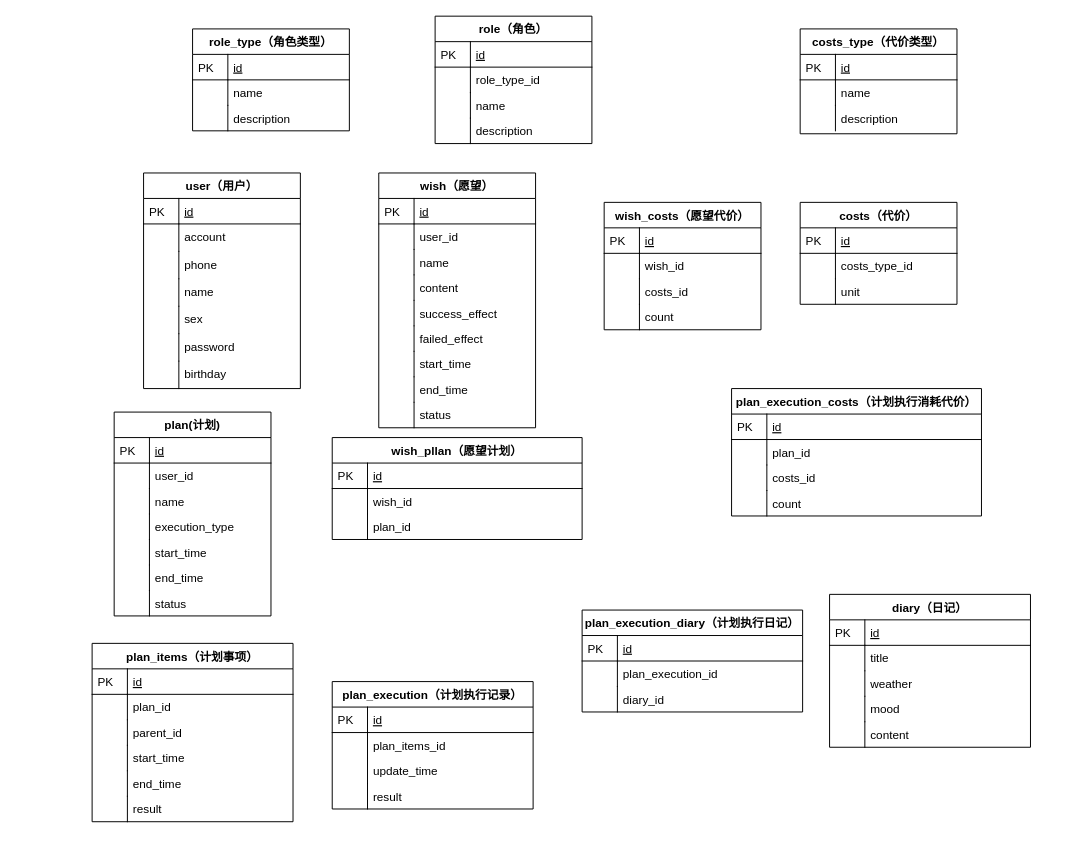
The draw.io diagram 人生管理系统.drawio in iceAcmen/myDesign, before the edit. Source tidied: cells renumbered, new cells numbered last; positions are measured from the earlier drawing's top-left corner, leaving out a move shared by most shapes. Both pictures are drawn from the tidied source at 98%, with x=0, y=0 at pixel (92, 16).
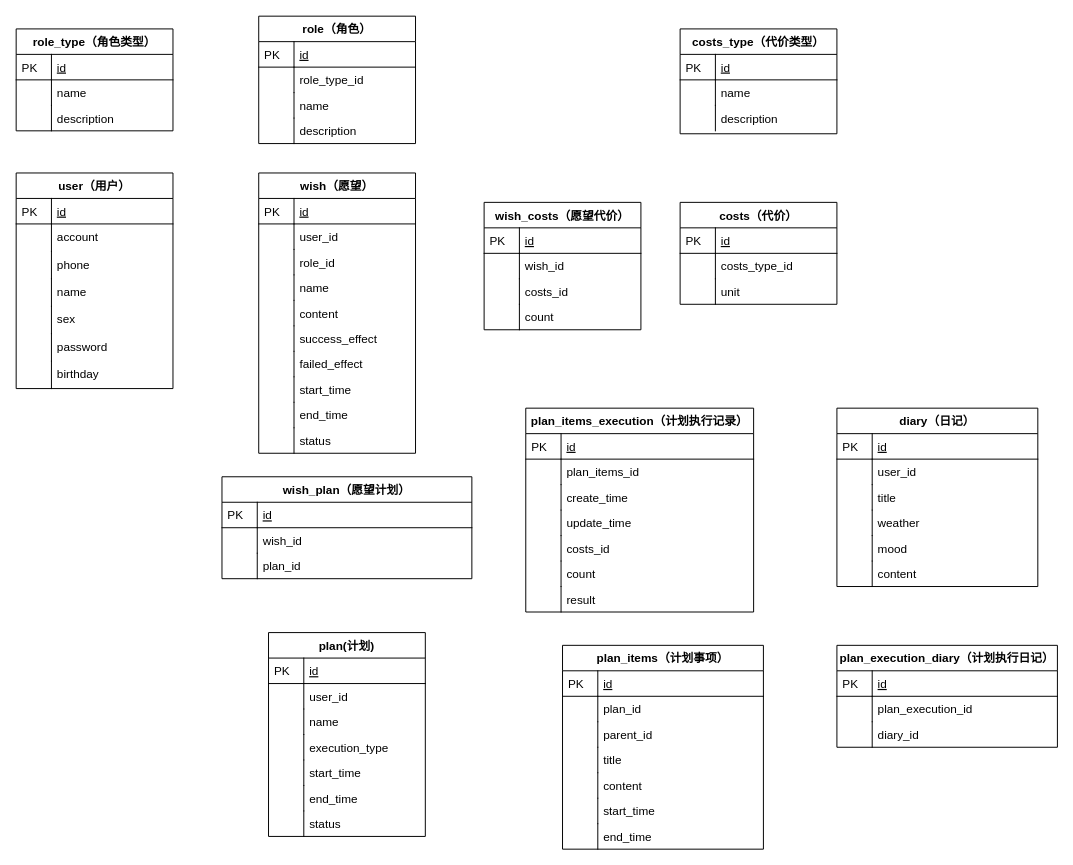
Above is the later version.

Commit message:
更新人生管理系统.drawio

The edit, as a diff of the source:
```diff
@@
     <mxCell id="2" value="user（用户）" style="swimlane;fontStyle=1;horizontal=1;startSize=26;rounded=0;shadow=0;strokeWidth=1;" parent="1" vertex="1">
-      <mxGeometry x="52" y="160" width="160" height="220" as="geometry" />
+      <mxGeometry x="-78" y="160" width="160" height="220" as="geometry" />
     </mxCell>
@@
     <mxCell id="17" value="plan(计划)" style="swimlane;fontStyle=1;horizontal=1;startSize=26;rounded=0;shadow=0;strokeWidth=1;" parent="1" vertex="1">
-      <mxGeometry x="22" y="404" width="160" height="208" as="geometry" />
+      <mxGeometry x="179.5" y="629" width="160" height="208" as="geometry" />
     </mxCell>
@@
-    <mxCell id="32" value="plan_execution（计划执行记录）" style="swimlane;fontStyle=1;horizontal=1;startSize=26;rounded=0;shadow=0;strokeWidth=1;" parent="1" vertex="1">
-      <mxGeometry x="244.5" y="679" width="205" height="130" as="geometry" />
+    <mxCell id="32" value="plan_items_execution（计划执行记录）" style="swimlane;fontStyle=1;horizontal=1;startSize=26;rounded=0;shadow=0;strokeWidth=1;" parent="1" vertex="1">
+      <mxGeometry x="442" y="400" width="232.5" height="208" as="geometry" />
     </mxCell>
     <mxCell id="33" value="id" style="shape=partialRectangle;top=0;left=0;right=0;bottom=1;align=left;verticalAlign=top;fillColor=none;spacingLeft=40;spacingRight=4;overflow=hidden;rounded=0;shadow=0;strokeWidth=1;fontStyle=4;" parent="32" vertex="1">
-      <mxGeometry y="26" width="205" height="26" as="geometry" />
+      <mxGeometry y="26" width="232.5" height="26" as="geometry" />
     </mxCell>
@@
     <mxCell id="35" value="plan_items_id" style="shape=partialRectangle;top=0;left=0;right=0;bottom=0;align=left;verticalAlign=top;fillColor=none;spacingLeft=40;spacingRight=4;overflow=hidden;rounded=0;shadow=0;strokeWidth=1;" parent="32" vertex="1">
-      <mxGeometry y="52" width="205" height="26" as="geometry" />
+      <mxGeometry y="52" width="232.5" height="26" as="geometry" />
     </mxCell>
@@
-    <mxCell id="37" value="update_time" style="shape=partialRectangle;top=0;left=0;right=0;bottom=0;align=left;verticalAlign=top;fillColor=none;spacingLeft=40;spacingRight=4;overflow=hidden;rounded=0;shadow=0;strokeWidth=1;" parent="32" vertex="1">
-      <mxGeometry y="78" width="205" height="26" as="geometry" />
+    <mxCell id="37" value="create_time" style="shape=partialRectangle;top=0;left=0;right=0;bottom=0;align=left;verticalAlign=top;fillColor=none;spacingLeft=40;spacingRight=4;overflow=hidden;rounded=0;shadow=0;strokeWidth=1;" parent="32" vertex="1">
+      <mxGeometry y="78" width="232.5" height="26" as="geometry" />
     </mxCell>
@@
+    <mxCell id="146" value="update_time" style="shape=partialRectangle;top=0;left=0;right=0;bottom=0;align=left;verticalAlign=top;fillColor=none;spacingLeft=40;spacingRight=4;overflow=hidden;rounded=0;shadow=0;strokeWidth=1;" parent="32" vertex="1">
+      <mxGeometry y="104" width="232.5" height="26" as="geometry" />
+    </mxCell>
+    <mxCell id="147" style="shape=partialRectangle;top=0;left=0;bottom=0;fillColor=none;align=left;verticalAlign=top;spacingLeft=4;spacingRight=4;overflow=hidden;" parent="146" vertex="1">
+      <mxGeometry width="36" height="26" as="geometry" />
+    </mxCell>
-    <mxCell id="39" value="result" style="shape=partialRectangle;top=0;left=0;right=0;bottom=0;align=left;verticalAlign=top;fillColor=none;spacingLeft=40;spacingRight=4;overflow=hidden;rounded=0;shadow=0;strokeWidth=1;" parent="32" vertex="1">
-      <mxGeometry y="104" width="205" height="26" as="geometry" />
+    <mxCell id="39" value="costs_id" style="shape=partialRectangle;top=0;left=0;right=0;bottom=0;align=left;verticalAlign=top;fillColor=none;spacingLeft=40;spacingRight=4;overflow=hidden;rounded=0;shadow=0;strokeWidth=1;" parent="32" vertex="1">
+      <mxGeometry y="130" width="232.5" height="26" as="geometry" />
     </mxCell>
@@
+    <mxCell id="83" value="count" style="shape=partialRectangle;top=0;left=0;right=0;bottom=0;align=left;verticalAlign=top;fillColor=none;spacingLeft=40;spacingRight=4;overflow=hidden;rounded=0;shadow=0;strokeWidth=1;" parent="32" vertex="1">
+      <mxGeometry y="156" width="232.5" height="26" as="geometry" />
+    </mxCell>
+    <mxCell id="148" style="shape=partialRectangle;top=0;left=0;bottom=0;fillColor=none;align=left;verticalAlign=top;spacingLeft=4;spacingRight=4;overflow=hidden;" parent="83" vertex="1">
+      <mxGeometry width="36" height="26" as="geometry" />
+    </mxCell>
+    <mxCell id="144" value="result" style="shape=partialRectangle;top=0;left=0;right=0;bottom=0;align=left;verticalAlign=top;fillColor=none;spacingLeft=40;spacingRight=4;overflow=hidden;rounded=0;shadow=0;strokeWidth=1;" parent="32" vertex="1">
+      <mxGeometry y="182" width="232.5" height="26" as="geometry" />
+    </mxCell>
+    <mxCell id="149" style="shape=partialRectangle;top=0;left=0;bottom=0;fillColor=none;align=left;verticalAlign=top;spacingLeft=4;spacingRight=4;overflow=hidden;" parent="144" vertex="1">
+      <mxGeometry width="36" height="26" as="geometry" />
+    </mxCell>
     <mxCell id="41" value="wish（愿望）" style="swimlane;fontStyle=1;horizontal=1;startSize=26;rounded=0;shadow=0;strokeWidth=1;" parent="1" vertex="1">
-      <mxGeometry x="292" y="160" width="160" height="260" as="geometry" />
+      <mxGeometry x="169.5" y="160" width="160" height="286" as="geometry" />
     </mxCell>
@@
+    <mxCell id="150" value="role_id" style="shape=partialRectangle;top=0;left=0;right=0;bottom=0;align=left;verticalAlign=top;fillColor=none;spacingLeft=40;spacingRight=4;overflow=hidden;rounded=0;shadow=0;strokeWidth=1;" parent="41" vertex="1">
+      <mxGeometry y="78" width="160" height="26" as="geometry" />
+    </mxCell>
+    <mxCell id="151" style="shape=partialRectangle;top=0;left=0;bottom=0;fillColor=none;align=left;verticalAlign=top;spacingLeft=4;spacingRight=4;overflow=hidden;" parent="150" vertex="1">
+      <mxGeometry width="36" height="26" as="geometry" />
+    </mxCell>
     <mxCell id="46" value="name" style="shape=partialRectangle;top=0;left=0;right=0;bottom=0;align=left;verticalAlign=top;fillColor=none;spacingLeft=40;spacingRight=4;overflow=hidden;rounded=0;shadow=0;strokeWidth=1;" parent="41" vertex="1">
-      <mxGeometry y="78" width="160" height="26" as="geometry" />
+      <mxGeometry y="104" width="160" height="26" as="geometry" />
     </mxCell>
@@
     <mxCell id="48" value="content" style="shape=partialRectangle;top=0;left=0;right=0;bottom=0;align=left;verticalAlign=top;fillColor=none;spacingLeft=40;spacingRight=4;overflow=hidden;rounded=0;shadow=0;strokeWidth=1;" parent="41" vertex="1">
-      <mxGeometry y="104" width="160" height="26" as="geometry" />
+      <mxGeometry y="130" width="160" height="26" as="geometry" />
     </mxCell>
@@
     <mxCell id="50" value="success_effect" style="shape=partialRectangle;top=0;left=0;right=0;bottom=0;align=left;verticalAlign=top;fillColor=none;spacingLeft=40;spacingRight=4;overflow=hidden;rounded=0;shadow=0;strokeWidth=1;" parent="41" vertex="1">
-      <mxGeometry y="130" width="160" height="26" as="geometry" />
+      <mxGeometry y="156" width="160" height="26" as="geometry" />
     </mxCell>
@@
     <mxCell id="52" value="failed_effect" style="shape=partialRectangle;top=0;left=0;right=0;bottom=0;align=left;verticalAlign=top;fillColor=none;spacingLeft=40;spacingRight=4;overflow=hidden;rounded=0;shadow=0;strokeWidth=1;" parent="41" vertex="1">
-      <mxGeometry y="156" width="160" height="26" as="geometry" />
+      <mxGeometry y="182" width="160" height="26" as="geometry" />
     </mxCell>
@@
     <mxCell id="54" value="start_time" style="shape=partialRectangle;top=0;left=0;right=0;bottom=0;align=left;verticalAlign=top;fillColor=none;spacingLeft=40;spacingRight=4;overflow=hidden;rounded=0;shadow=0;strokeWidth=1;" parent="41" vertex="1">
-      <mxGeometry y="182" width="160" height="26" as="geometry" />
+      <mxGeometry y="208" width="160" height="26" as="geometry" />
     </mxCell>
@@
     <mxCell id="56" value="end_time" style="shape=partialRectangle;top=0;left=0;right=0;bottom=0;align=left;verticalAlign=top;fillColor=none;spacingLeft=40;spacingRight=4;overflow=hidden;rounded=0;shadow=0;strokeWidth=1;" parent="41" vertex="1">
-      <mxGeometry y="208" width="160" height="26" as="geometry" />
+      <mxGeometry y="234" width="160" height="26" as="geometry" />
     </mxCell>
@@
     <mxCell id="58" value="status" style="shape=partialRectangle;top=0;left=0;right=0;bottom=0;align=left;verticalAlign=top;fillColor=none;spacingLeft=40;spacingRight=4;overflow=hidden;rounded=0;shadow=0;strokeWidth=1;" parent="41" vertex="1">
-      <mxGeometry y="234" width="160" height="26" as="geometry" />
+      <mxGeometry y="260" width="160" height="26" as="geometry" />
     </mxCell>
@@
     <mxCell id="60" value="costs（代价）" style="swimlane;fontStyle=1;horizontal=1;startSize=26;rounded=0;shadow=0;strokeWidth=1;" parent="1" vertex="1">
-      <mxGeometry x="722" y="190" width="160" height="104" as="geometry" />
+      <mxGeometry x="599.5" y="190" width="160" height="104" as="geometry" />
     </mxCell>
@@
     <mxCell id="67" value="wish_costs（愿望代价）" style="swimlane;fontStyle=1;horizontal=1;startSize=26;rounded=0;shadow=0;strokeWidth=1;" parent="1" vertex="1">
-      <mxGeometry x="522" y="190" width="160" height="130" as="geometry" />
+      <mxGeometry x="399.5" y="190" width="160" height="130" as="geometry" />
     </mxCell>
@@
-    <mxCell id="76" value="plan_execution_costs（计划执行消耗代价）" style="swimlane;fontStyle=1;horizontal=1;startSize=26;rounded=0;shadow=0;strokeWidth=1;" parent="1" vertex="1">
-      <mxGeometry x="652" y="380" width="255" height="130" as="geometry" />
-    </mxCell>
-    <mxCell id="77" value="id" style="shape=partialRectangle;top=0;left=0;right=0;bottom=1;align=left;verticalAlign=top;fillColor=none;spacingLeft=40;spacingRight=4;overflow=hidden;rounded=0;shadow=0;strokeWidth=1;fontStyle=4;" parent="76" vertex="1">
-      <mxGeometry y="26" width="255" height="26" as="geometry" />
-    </mxCell>
-    <mxCell id="78" value="PK" style="shape=partialRectangle;top=0;left=0;bottom=0;fillColor=none;align=left;verticalAlign=top;spacingLeft=4;spacingRight=4;overflow=hidden;" parent="77" vertex="1">
-      <mxGeometry width="36" height="26" as="geometry" />
-    </mxCell>
-    <mxCell id="79" value="plan_id" style="shape=partialRectangle;top=0;left=0;right=0;bottom=0;align=left;verticalAlign=top;fillColor=none;spacingLeft=40;spacingRight=4;overflow=hidden;rounded=0;shadow=0;strokeWidth=1;" parent="76" vertex="1">
-      <mxGeometry y="52" width="255" height="26" as="geometry" />
-    </mxCell>
-    <mxCell id="80" style="shape=partialRectangle;top=0;left=0;bottom=0;fillColor=none;align=left;verticalAlign=top;spacingLeft=4;spacingRight=4;overflow=hidden;" parent="79" vertex="1">
-      <mxGeometry width="36" height="26" as="geometry" />
-    </mxCell>
-    <mxCell id="81" value="costs_id" style="shape=partialRectangle;top=0;left=0;right=0;bottom=0;align=left;verticalAlign=top;fillColor=none;spacingLeft=40;spacingRight=4;overflow=hidden;rounded=0;shadow=0;strokeWidth=1;" parent="76" vertex="1">
-      <mxGeometry y="78" width="255" height="26" as="geometry" />
-    </mxCell>
-    <mxCell id="82" style="shape=partialRectangle;top=0;left=0;bottom=0;fillColor=none;align=left;verticalAlign=top;spacingLeft=4;spacingRight=4;overflow=hidden;" parent="81" vertex="1">
-      <mxGeometry width="36" height="26" as="geometry" />
-    </mxCell>
-    <mxCell id="83" value="count" style="shape=partialRectangle;top=0;left=0;right=0;bottom=0;align=left;verticalAlign=top;fillColor=none;spacingLeft=40;spacingRight=4;overflow=hidden;rounded=0;shadow=0;strokeWidth=1;" parent="76" vertex="1">
-      <mxGeometry y="104" width="255" height="26" as="geometry" />
-    </mxCell>
-    <mxCell id="84" style="shape=partialRectangle;top=0;left=0;bottom=0;fillColor=none;align=left;verticalAlign=top;spacingLeft=4;spacingRight=4;overflow=hidden;" parent="83" vertex="1">
-      <mxGeometry width="36" height="26" as="geometry" />
-    </mxCell>
-    <mxCell id="85" value="wish_pllan（愿望计划）" style="swimlane;fontStyle=1;horizontal=1;startSize=26;rounded=0;shadow=0;strokeWidth=1;" parent="1" vertex="1">
-      <mxGeometry x="244.5" y="430" width="255" height="104" as="geometry" />
+    <mxCell id="85" value="wish_plan（愿望计划）" style="swimlane;fontStyle=1;horizontal=1;startSize=26;rounded=0;shadow=0;strokeWidth=1;" parent="1" vertex="1">
+      <mxGeometry x="132" y="470" width="255" height="104" as="geometry" />
     </mxCell>
@@
     <mxCell id="92" value="role（角色）" style="swimlane;fontStyle=1;horizontal=1;startSize=26;rounded=0;shadow=0;strokeWidth=1;" parent="1" vertex="1">
-      <mxGeometry x="349.5" width="160" height="130" as="geometry" />
+      <mxGeometry x="169.5" width="160" height="130" as="geometry" />
     </mxCell>
@@
     <mxCell id="101" value="role_type（角色类型）" style="swimlane;fontStyle=1;horizontal=1;startSize=26;rounded=0;shadow=0;strokeWidth=1;" parent="1" vertex="1">
-      <mxGeometry x="102" y="13" width="160" height="104" as="geometry" />
+      <mxGeometry x="-78" y="13" width="160" height="104" as="geometry" />
     </mxCell>
@@
     <mxCell id="108" value="costs_type（代价类型）" style="swimlane;fontStyle=1;horizontal=1;startSize=26;rounded=0;shadow=0;strokeWidth=1;" parent="1" vertex="1">
-      <mxGeometry x="722" y="13" width="160" height="107" as="geometry" />
+      <mxGeometry x="599.5" y="13" width="160" height="107" as="geometry" />
     </mxCell>
@@
     <mxCell id="115" value="diary（日记）" style="swimlane;fontStyle=1;horizontal=1;startSize=26;rounded=0;shadow=0;strokeWidth=1;" parent="1" vertex="1">
-      <mxGeometry x="752" y="590" width="205" height="156" as="geometry" />
+      <mxGeometry x="759.5" y="400" width="205" height="182" as="geometry" />
     </mxCell>
@@
-    <mxCell id="118" value="title" style="shape=partialRectangle;top=0;left=0;right=0;bottom=0;align=left;verticalAlign=top;fillColor=none;spacingLeft=40;spacingRight=4;overflow=hidden;rounded=0;shadow=0;strokeWidth=1;" parent="115" vertex="1">
+    <mxCell id="118" value="user_id" style="shape=partialRectangle;top=0;left=0;right=0;bottom=0;align=left;verticalAlign=top;fillColor=none;spacingLeft=40;spacingRight=4;overflow=hidden;rounded=0;shadow=0;strokeWidth=1;" parent="115" vertex="1">
       <mxGeometry y="52" width="205" height="26" as="geometry" />
     </mxCell>
@@
+    <mxCell id="152" value="title" style="shape=partialRectangle;top=0;left=0;right=0;bottom=0;align=left;verticalAlign=top;fillColor=none;spacingLeft=40;spacingRight=4;overflow=hidden;rounded=0;shadow=0;strokeWidth=1;" parent="115" vertex="1">
+      <mxGeometry y="78" width="205" height="26" as="geometry" />
+    </mxCell>
+    <mxCell id="153" style="shape=partialRectangle;top=0;left=0;bottom=0;fillColor=none;align=left;verticalAlign=top;spacingLeft=4;spacingRight=4;overflow=hidden;" parent="152" vertex="1">
+      <mxGeometry width="36" height="26" as="geometry" />
+    </mxCell>
     <mxCell id="120" value="weather" style="shape=partialRectangle;top=0;left=0;right=0;bottom=0;align=left;verticalAlign=top;fillColor=none;spacingLeft=40;spacingRight=4;overflow=hidden;rounded=0;shadow=0;strokeWidth=1;" parent="115" vertex="1">
-      <mxGeometry y="78" width="205" height="26" as="geometry" />
+      <mxGeometry y="104" width="205" height="26" as="geometry" />
     </mxCell>
@@
     <mxCell id="122" value="mood" style="shape=partialRectangle;top=0;left=0;right=0;bottom=0;align=left;verticalAlign=top;fillColor=none;spacingLeft=40;spacingRight=4;overflow=hidden;rounded=0;shadow=0;strokeWidth=1;" parent="115" vertex="1">
-      <mxGeometry y="104" width="205" height="26" as="geometry" />
+      <mxGeometry y="130" width="205" height="26" as="geometry" />
     </mxCell>
@@
     <mxCell id="124" value="content" style="shape=partialRectangle;top=0;left=0;right=0;bottom=0;align=left;verticalAlign=top;fillColor=none;spacingLeft=40;spacingRight=4;overflow=hidden;rounded=0;shadow=0;strokeWidth=1;" parent="115" vertex="1">
-      <mxGeometry y="130" width="205" height="26" as="geometry" />
+      <mxGeometry y="156" width="205" height="26" as="geometry" />
     </mxCell>
@@
     <mxCell id="126" value="plan_execution_diary（计划执行日记）" style="swimlane;fontStyle=1;horizontal=1;startSize=26;rounded=0;shadow=0;strokeWidth=1;" parent="1" vertex="1">
-      <mxGeometry x="499.5" y="606" width="225" height="104" as="geometry" />
+      <mxGeometry x="759.5" y="642" width="225" height="104" as="geometry" />
     </mxCell>
@@
     <mxCell id="133" value="plan_items（计划事项）" style="swimlane;fontStyle=1;horizontal=1;startSize=26;rounded=0;shadow=0;strokeWidth=1;" parent="1" vertex="1">
-      <mxGeometry x="-0.5" y="640" width="205" height="182" as="geometry" />
+      <mxGeometry x="479.5" y="642" width="205" height="208" as="geometry" />
     </mxCell>
@@
+    <mxCell id="154" value="title" style="shape=partialRectangle;top=0;left=0;right=0;bottom=0;align=left;verticalAlign=top;fillColor=none;spacingLeft=40;spacingRight=4;overflow=hidden;rounded=0;shadow=0;strokeWidth=1;" parent="133" vertex="1">
+      <mxGeometry y="104" width="205" height="26" as="geometry" />
+    </mxCell>
+    <mxCell id="155" style="shape=partialRectangle;top=0;left=0;bottom=0;fillColor=none;align=left;verticalAlign=top;spacingLeft=4;spacingRight=4;overflow=hidden;" parent="154" vertex="1">
+      <mxGeometry width="36" height="26" as="geometry" />
+    </mxCell>
+    <mxCell id="156" value="content" style="shape=partialRectangle;top=0;left=0;right=0;bottom=0;align=left;verticalAlign=top;fillColor=none;spacingLeft=40;spacingRight=4;overflow=hidden;rounded=0;shadow=0;strokeWidth=1;" parent="133" vertex="1">
+      <mxGeometry y="130" width="205" height="26" as="geometry" />
+    </mxCell>
+    <mxCell id="157" style="shape=partialRectangle;top=0;left=0;bottom=0;fillColor=none;align=left;verticalAlign=top;spacingLeft=4;spacingRight=4;overflow=hidden;" parent="156" vertex="1">
+      <mxGeometry width="36" height="26" as="geometry" />
+    </mxCell>
     <mxCell id="140" value="start_time" style="shape=partialRectangle;top=0;left=0;right=0;bottom=0;align=left;verticalAlign=top;fillColor=none;spacingLeft=40;spacingRight=4;overflow=hidden;rounded=0;shadow=0;strokeWidth=1;" parent="133" vertex="1">
-      <mxGeometry y="104" width="205" height="26" as="geometry" />
+      <mxGeometry y="156" width="205" height="26" as="geometry" />
     </mxCell>
@@
     <mxCell id="142" value="end_time" style="shape=partialRectangle;top=0;left=0;right=0;bottom=0;align=left;verticalAlign=top;fillColor=none;spacingLeft=40;spacingRight=4;overflow=hidden;rounded=0;shadow=0;strokeWidth=1;" parent="133" vertex="1">
-      <mxGeometry y="130" width="205" height="26" as="geometry" />
+      <mxGeometry y="182" width="205" height="26" as="geometry" />
     </mxCell>
@@
-    <mxCell id="144" value="result" style="shape=partialRectangle;top=0;left=0;right=0;bottom=0;align=left;verticalAlign=top;fillColor=none;spacingLeft=40;spacingRight=4;overflow=hidden;rounded=0;shadow=0;strokeWidth=1;" parent="133" vertex="1">
-      <mxGeometry y="156" width="205" height="26" as="geometry" />
-    </mxCell>
-    <mxCell id="145" style="shape=partialRectangle;top=0;left=0;bottom=0;fillColor=none;align=left;verticalAlign=top;spacingLeft=4;spacingRight=4;overflow=hidden;" parent="144" vertex="1">
-      <mxGeometry width="36" height="26" as="geometry" />
-    </mxCell>
```
